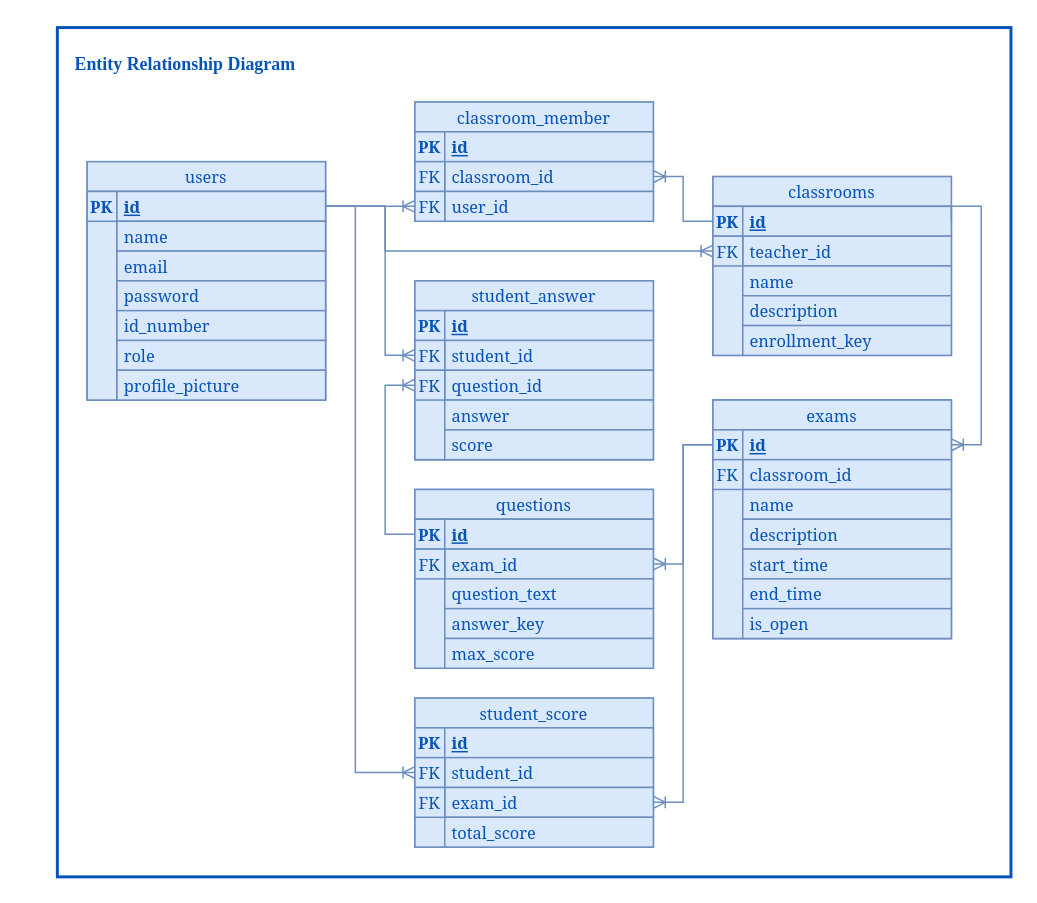
This is Aset/Diagram/ERD.drawio from mtfrs-dev/TA, a draw.io file, before an edit. Source tidied: cells renumbered, new cells numbered last; positions are measured from the earlier drawing's top-left corner, leaving out a move shared by most shapes. Both pictures are drawn from the tidied source at 149%, with x=0, y=0 at pixel (57, 27).
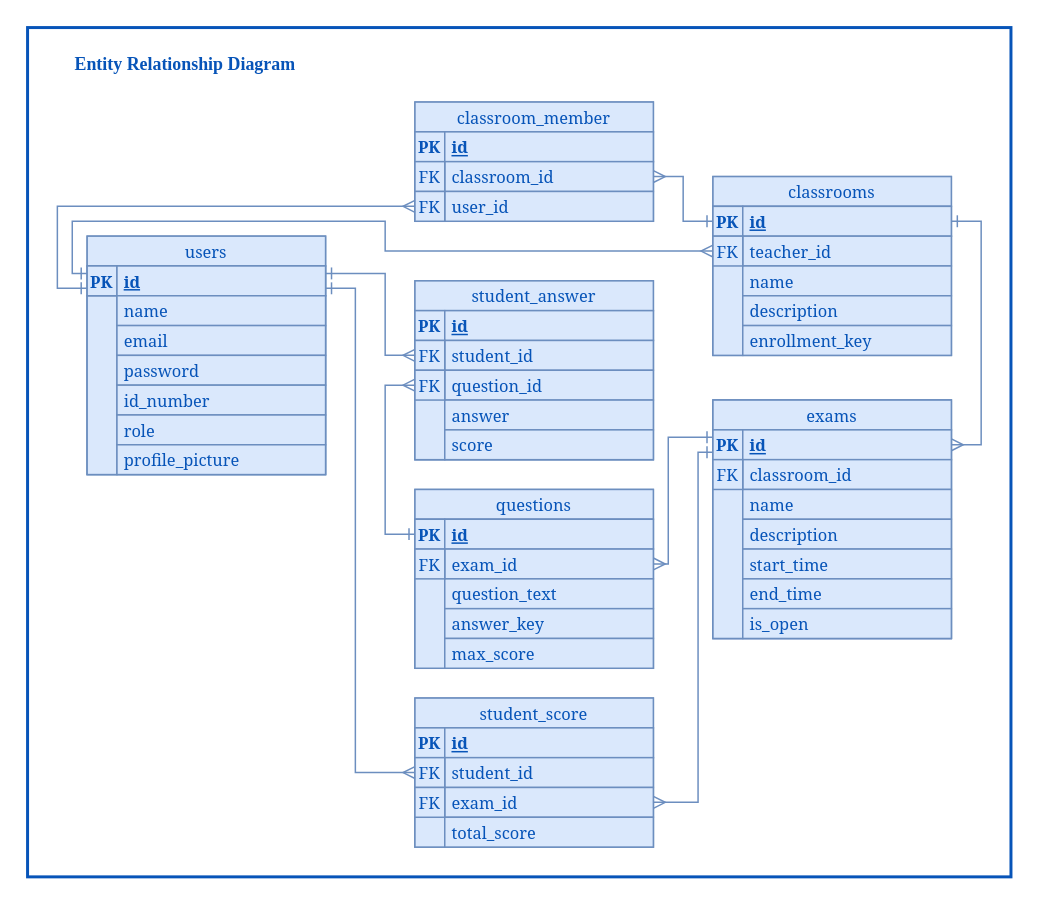
Above is the later version.

The change refers to these unchanged cells:
```xml
<mxCell id="8" value="&lt;b style=&quot;font-size: 11px;&quot;&gt;PK&lt;/b&gt;" style="rounded=0;whiteSpace=wrap;html=1;strokeWidth=1;fontSize=11;fontFamily=Georgia;fillColor=#dae8fc;strokeColor=#6c8ebf;fontColor=#0754B8;" parent="3" vertex="1">
  <mxGeometry y="20" width="20" height="20" as="geometry" />
</mxCell>
<mxCell id="10" value="exam_id" style="text;html=1;align=left;verticalAlign=middle;whiteSpace=wrap;rounded=0;spacingLeft=3;fontSize=11;fontFamily=Georgia;fillColor=#dae8fc;strokeColor=#6c8ebf;fontColor=#0754B8;" parent="3" vertex="1">
  <mxGeometry x="20" y="40" width="140" height="20" as="geometry" />
</mxCell>
<mxCell id="23" value="exam_id" style="text;html=1;align=left;verticalAlign=middle;whiteSpace=wrap;rounded=0;spacingLeft=3;fontSize=11;fontFamily=Georgia;fillColor=#dae8fc;strokeColor=#6c8ebf;fontColor=#0754B8;" parent="15" vertex="1">
  <mxGeometry x="20" y="60" width="140" height="20" as="geometry" />
</mxCell>
<mxCell id="25" value="FK" style="text;html=1;align=center;verticalAlign=middle;whiteSpace=wrap;rounded=0;fontSize=11;fontFamily=Georgia;fillColor=#dae8fc;strokeColor=#6c8ebf;fontColor=#0754B8;" parent="15" vertex="1">
  <mxGeometry y="40" width="20" height="20" as="geometry" />
</mxCell>
<mxCell id="38" value="FK" style="text;html=1;align=center;verticalAlign=middle;whiteSpace=wrap;rounded=0;fontSize=11;fontFamily=Georgia;fillColor=#dae8fc;strokeColor=#6c8ebf;fontColor=#0754B8;" parent="27" vertex="1">
  <mxGeometry y="40" width="20" height="20" as="geometry" />
</mxCell>
<mxCell id="39" value="FK" style="text;html=1;align=center;verticalAlign=middle;whiteSpace=wrap;rounded=0;fontSize=11;fontFamily=Georgia;fillColor=#dae8fc;strokeColor=#6c8ebf;fontColor=#0754B8;" parent="27" vertex="1">
  <mxGeometry y="60" width="20" height="20" as="geometry" />
</mxCell>
<mxCell id="45" value="&lt;b style=&quot;font-size: 11px;&quot;&gt;PK&lt;/b&gt;" style="rounded=0;whiteSpace=wrap;html=1;strokeWidth=1;fontSize=11;fontFamily=Georgia;fillColor=#dae8fc;strokeColor=#6c8ebf;fontColor=#0754B8;" parent="40" vertex="1">
  <mxGeometry y="20" width="20" height="20" as="geometry" />
</mxCell>
<mxCell id="46" value="&lt;b style=&quot;font-size: 11px;&quot;&gt;&lt;u style=&quot;font-size: 11px;&quot;&gt;id&lt;/u&gt;&lt;/b&gt;" style="text;html=1;align=left;verticalAlign=middle;whiteSpace=wrap;rounded=0;spacingLeft=3;fontSize=11;fontFamily=Georgia;fillColor=#dae8fc;strokeColor=#6c8ebf;fontColor=#0754B8;" parent="40" vertex="1">
  <mxGeometry x="20" y="20" width="140" height="20" as="geometry" />
</mxCell>
<mxCell id="51" value="FK" style="text;html=1;align=center;verticalAlign=middle;whiteSpace=wrap;rounded=0;fontSize=11;fontFamily=Georgia;fillColor=#dae8fc;strokeColor=#6c8ebf;fontColor=#0754B8;" parent="40" vertex="1">
  <mxGeometry y="40" width="20" height="20" as="geometry" />
</mxCell>
<mxCell id="59" value="classroom_id" style="text;html=1;align=left;verticalAlign=middle;whiteSpace=wrap;rounded=0;spacingLeft=3;fontSize=11;fontFamily=Georgia;fillColor=#dae8fc;strokeColor=#6c8ebf;fontColor=#0754B8;" parent="52" vertex="1">
  <mxGeometry x="20" y="40" width="140" height="20" as="geometry" />
</mxCell>
<mxCell id="68" value="&lt;b style=&quot;font-size: 11px;&quot;&gt;PK&lt;/b&gt;" style="rounded=0;whiteSpace=wrap;html=1;strokeWidth=1;fontSize=11;fontFamily=Georgia;fillColor=#dae8fc;strokeColor=#6c8ebf;fontColor=#0754B8;" parent="63" vertex="1">
  <mxGeometry y="20" width="20" height="20" as="geometry" />
</mxCell>
<mxCell id="69" value="&lt;b style=&quot;font-size: 11px;&quot;&gt;&lt;u style=&quot;font-size: 11px;&quot;&gt;id&lt;/u&gt;&lt;/b&gt;" style="text;html=1;align=left;verticalAlign=middle;whiteSpace=wrap;rounded=0;spacingLeft=3;fontFamily=Georgia;fontSize=11;fillColor=#dae8fc;strokeColor=#6c8ebf;fontColor=#0754B8;" parent="63" vertex="1">
  <mxGeometry x="20" y="20" width="140" height="20" as="geometry" />
</mxCell>
<mxCell id="82" value="&lt;b style=&quot;font-size: 11px;&quot;&gt;PK&lt;/b&gt;" style="rounded=0;whiteSpace=wrap;html=1;strokeWidth=1;fontSize=11;fontFamily=Georgia;fillColor=#dae8fc;strokeColor=#6c8ebf;fontColor=#0754B8;" parent="77" vertex="1">
  <mxGeometry y="20" width="20" height="20" as="geometry" />
</mxCell>
<mxCell id="83" value="&lt;b style=&quot;font-size: 11px;&quot;&gt;&lt;u style=&quot;font-size: 11px;&quot;&gt;id&lt;/u&gt;&lt;/b&gt;" style="text;html=1;align=left;verticalAlign=middle;whiteSpace=wrap;rounded=0;spacingLeft=3;fontSize=11;fontFamily=Georgia;fillColor=#dae8fc;strokeColor=#6c8ebf;fontColor=#0754B8;" parent="77" vertex="1">
  <mxGeometry x="20" y="20" width="140" height="20" as="geometry" />
</mxCell>
```

Change to the diagram source:
```diff
@@
     <mxCell id="2" style="rounded=0;whiteSpace=wrap;html=1;labelBorderColor=default;strokeWidth=2;fontFamily=Georgia;fontSize=11;fontColor=#0754B8;strokeColor=#0754B8;" parent="1" vertex="1">
-      <mxGeometry width="640" height="570" as="geometry" />
+      <mxGeometry x="-20" width="660" height="570" as="geometry" />
     </mxCell>
@@
     <mxCell id="63" style="group;fontFamily=Georgia;fontSize=11;fillColor=#dae8fc;strokeColor=#6c8ebf;fontColor=#0754B8;" parent="1" vertex="1">
-      <mxGeometry x="20" y="90" width="160" height="160" as="geometry" />
+      <mxGeometry x="20" y="140" width="160" height="160" as="geometry" />
     </mxCell>
@@
-    <mxCell id="91" style="edgeStyle=entityRelationEdgeStyle;fontSize=11;html=1;endArrow=ERoneToMany;rounded=0;exitX=1;exitY=0.5;exitDx=0;exitDy=0;fontFamily=Georgia;fontColor=#0754B8;fillColor=#dae8fc;strokeColor=#6c8ebf;" parent="1" edge="1" source="69">
+    <mxCell id="91" style="edgeStyle=orthogonalEdgeStyle;fontSize=11;html=1;endArrow=ERmany;rounded=0;exitX=0;exitY=0.75;exitDx=0;exitDy=0;fontFamily=Georgia;fontColor=#0754B8;fillColor=#dae8fc;strokeColor=#6c8ebf;endFill=0;startArrow=ERone;startFill=0;" parent="1" edge="1" source="68">
       <mxGeometry relative="1" as="geometry">
         <mxPoint x="240" y="120" as="targetPoint" />
+        <Array as="points">
+          <mxPoint y="175" />
+          <mxPoint y="120" />
+        </Array>
       </mxGeometry>
     </mxCell>
-    <mxCell id="92" style="edgeStyle=orthogonalEdgeStyle;fontSize=11;html=1;endArrow=ERoneToMany;rounded=0;exitX=1;exitY=0.5;exitDx=0;exitDy=0;entryX=0;entryY=0.5;entryDx=0;entryDy=0;fontFamily=Georgia;fontColor=#0754B8;fillColor=#dae8fc;strokeColor=#6c8ebf;" parent="1" edge="1" source="69" target="51">
+    <mxCell id="92" style="edgeStyle=orthogonalEdgeStyle;fontSize=11;html=1;endArrow=ERmany;rounded=0;exitX=0;exitY=0.25;exitDx=0;exitDy=0;entryX=0;entryY=0.5;entryDx=0;entryDy=0;fontFamily=Georgia;fontColor=#0754B8;fillColor=#dae8fc;strokeColor=#6c8ebf;startArrow=ERone;startFill=0;endFill=0;" parent="1" edge="1" source="68" target="51">
       <mxGeometry relative="1" as="geometry">
         <Array as="points">
-          <mxPoint x="220" y="120" />
+          <mxPoint x="10" y="165" />
+          <mxPoint x="10" y="130" />
+          <mxPoint x="220" y="130" />
           <mxPoint x="220" y="150" />
         </Array>
       </mxGeometry>
     </mxCell>
-    <mxCell id="93" style="edgeStyle=orthogonalEdgeStyle;fontSize=11;html=1;endArrow=ERoneToMany;rounded=0;exitX=0;exitY=0.5;exitDx=0;exitDy=0;entryX=1;entryY=0.5;entryDx=0;entryDy=0;fontFamily=Georgia;fontColor=#0754B8;fillColor=#dae8fc;strokeColor=#6c8ebf;" parent="1" edge="1" source="45" target="59">
+    <mxCell id="93" style="edgeStyle=orthogonalEdgeStyle;fontSize=11;html=1;endArrow=ERmany;rounded=0;exitX=0;exitY=0.5;exitDx=0;exitDy=0;entryX=1;entryY=0.5;entryDx=0;entryDy=0;fontFamily=Georgia;fontColor=#0754B8;fillColor=#dae8fc;strokeColor=#6c8ebf;endFill=0;startArrow=ERone;startFill=0;" parent="1" edge="1" source="45" target="59">
       <mxGeometry relative="1" as="geometry">
         <Array as="points">
           <mxPoint x="420" y="130" />
           <mxPoint x="420" y="100" />
         </Array>
       </mxGeometry>
     </mxCell>
-    <mxCell id="94" style="edgeStyle=orthogonalEdgeStyle;fontSize=11;html=1;endArrow=ERoneToMany;rounded=0;exitX=0;exitY=0.5;exitDx=0;exitDy=0;entryX=0;entryY=0.5;entryDx=0;entryDy=0;fontFamily=Georgia;fontColor=#0754B8;fillColor=#dae8fc;strokeColor=#6c8ebf;" parent="1" edge="1" source="8" target="39">
+    <mxCell id="94" style="edgeStyle=orthogonalEdgeStyle;fontSize=11;html=1;endArrow=ERmany;rounded=0;exitX=0;exitY=0.5;exitDx=0;exitDy=0;entryX=0;entryY=0.5;entryDx=0;entryDy=0;fontFamily=Georgia;fontColor=#0754B8;fillColor=#dae8fc;strokeColor=#6c8ebf;startArrow=ERone;startFill=0;endFill=0;" parent="1" edge="1" source="8" target="39">
       <mxGeometry relative="1" as="geometry">
         <Array as="points">
           <mxPoint x="220" y="340" />
           <mxPoint x="220" y="240" />
         </Array>
       </mxGeometry>
     </mxCell>
-    <mxCell id="95" style="edgeStyle=orthogonalEdgeStyle;fontSize=11;html=1;endArrow=ERoneToMany;rounded=0;exitX=1;exitY=0.5;exitDx=0;exitDy=0;entryX=0;entryY=0.5;entryDx=0;entryDy=0;fontFamily=Georgia;fontColor=#0754B8;fillColor=#dae8fc;strokeColor=#6c8ebf;" parent="1" edge="1" source="69" target="38">
+    <mxCell id="95" style="edgeStyle=orthogonalEdgeStyle;fontSize=11;html=1;endArrow=ERmany;rounded=0;entryX=0;entryY=0.5;entryDx=0;entryDy=0;fontFamily=Georgia;fontColor=#0754B8;fillColor=#dae8fc;strokeColor=#6c8ebf;endFill=0;exitX=1;exitY=0.25;exitDx=0;exitDy=0;startArrow=ERone;startFill=0;" parent="1" edge="1" source="69" target="38">
       <mxGeometry relative="1" as="geometry">
         <Array as="points">
-          <mxPoint x="220" y="120" />
+          <mxPoint x="220" y="165" />
           <mxPoint x="220" y="220" />
         </Array>
       </mxGeometry>
     </mxCell>
-    <mxCell id="96" style="edgeStyle=orthogonalEdgeStyle;fontSize=11;html=1;endArrow=ERoneToMany;rounded=0;exitX=1;exitY=0.5;exitDx=0;exitDy=0;entryX=1;entryY=0.5;entryDx=0;entryDy=0;fontFamily=Georgia;fontColor=#0754B8;fillColor=#dae8fc;strokeColor=#6c8ebf;" parent="1" edge="1" source="46" target="83">
+    <mxCell id="96" style="edgeStyle=orthogonalEdgeStyle;fontSize=11;html=1;endArrow=ERmany;rounded=0;exitX=1;exitY=0.5;exitDx=0;exitDy=0;entryX=1;entryY=0.5;entryDx=0;entryDy=0;fontFamily=Georgia;fontColor=#0754B8;fillColor=#dae8fc;strokeColor=#6c8ebf;startArrow=ERone;startFill=0;endFill=0;" parent="1" edge="1" source="46" target="83">
       <mxGeometry relative="1" as="geometry">
         <Array as="points">
-          <mxPoint x="620" y="120" />
+          <mxPoint x="620" y="130" />
           <mxPoint x="620" y="280" />
         </Array>
       </mxGeometry>
     </mxCell>
-    <mxCell id="97" style="edgeStyle=orthogonalEdgeStyle;fontSize=11;html=1;endArrow=ERoneToMany;rounded=0;entryX=1;entryY=0.5;entryDx=0;entryDy=0;exitX=0;exitY=0.5;exitDx=0;exitDy=0;fontFamily=Georgia;fontColor=#0754B8;fillColor=#dae8fc;strokeColor=#6c8ebf;" parent="1" edge="1" source="82" target="10">
+    <mxCell id="97" style="edgeStyle=orthogonalEdgeStyle;fontSize=11;html=1;endArrow=ERmany;rounded=0;entryX=1;entryY=0.5;entryDx=0;entryDy=0;exitX=0;exitY=0.25;exitDx=0;exitDy=0;fontFamily=Georgia;fontColor=#0754B8;fillColor=#dae8fc;strokeColor=#6c8ebf;endFill=0;startArrow=ERone;startFill=0;" parent="1" edge="1" source="82" target="10">
       <mxGeometry relative="1" as="geometry">
         <Array as="points">
-          <mxPoint x="420" y="280" />
-          <mxPoint x="420" y="360" />
+          <mxPoint x="410" y="275" />
+          <mxPoint x="410" y="360" />
         </Array>
       </mxGeometry>
     </mxCell>
-    <mxCell id="98" style="edgeStyle=orthogonalEdgeStyle;fontSize=11;html=1;endArrow=ERoneToMany;rounded=0;entryX=1;entryY=0.5;entryDx=0;entryDy=0;exitX=0;exitY=0.5;exitDx=0;exitDy=0;fontFamily=Georgia;fontColor=#0754B8;fillColor=#dae8fc;strokeColor=#6c8ebf;" parent="1" edge="1" source="82" target="23">
+    <mxCell id="98" style="edgeStyle=orthogonalEdgeStyle;fontSize=11;html=1;endArrow=ERmany;rounded=0;entryX=1;entryY=0.5;entryDx=0;entryDy=0;exitX=0;exitY=0.75;exitDx=0;exitDy=0;fontFamily=Georgia;fontColor=#0754B8;fillColor=#dae8fc;strokeColor=#6c8ebf;startArrow=ERone;startFill=0;endFill=0;" parent="1" edge="1" source="82" target="23">
       <mxGeometry relative="1" as="geometry">
         <Array as="points">
-          <mxPoint x="420" y="280" />
-          <mxPoint x="420" y="520" />
+          <mxPoint x="430" y="285" />
+          <mxPoint x="430" y="520" />
         </Array>
       </mxGeometry>
     </mxCell>
-    <mxCell id="99" style="edgeStyle=orthogonalEdgeStyle;fontSize=11;html=1;endArrow=ERoneToMany;rounded=0;exitX=1;exitY=0.5;exitDx=0;exitDy=0;entryX=0;entryY=0.5;entryDx=0;entryDy=0;fontFamily=Georgia;fontColor=#0754B8;fillColor=#dae8fc;strokeColor=#6c8ebf;" parent="1" edge="1" source="69" target="25">
+    <mxCell id="99" style="edgeStyle=orthogonalEdgeStyle;fontSize=11;html=1;endArrow=ERmany;rounded=0;exitX=1;exitY=0.75;exitDx=0;exitDy=0;entryX=0;entryY=0.5;entryDx=0;entryDy=0;fontFamily=Georgia;fontColor=#0754B8;fillColor=#dae8fc;strokeColor=#6c8ebf;endFill=0;startArrow=ERone;startFill=0;" parent="1" edge="1" source="69" target="25">
       <mxGeometry relative="1" as="geometry">
         <Array as="points">
-          <mxPoint x="200" y="120" />
+          <mxPoint x="200" y="175" />
           <mxPoint x="200" y="500" />
         </Array>
       </mxGeometry>
     </mxCell>
```
